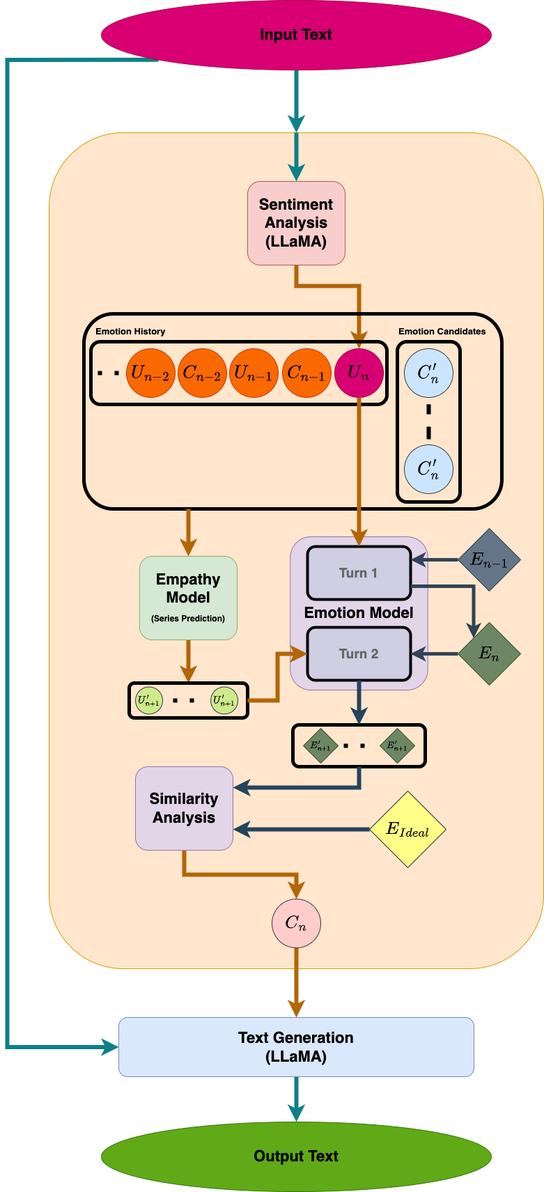
Earlier version of the draw.io export Model_Architecture.png (hermeschen1116/emotion-chat-bot). Source tidied: cells renumbered, new cells last; positions are measured from the earlier drawing's top-left corner, leaving out a move shared by most shapes.
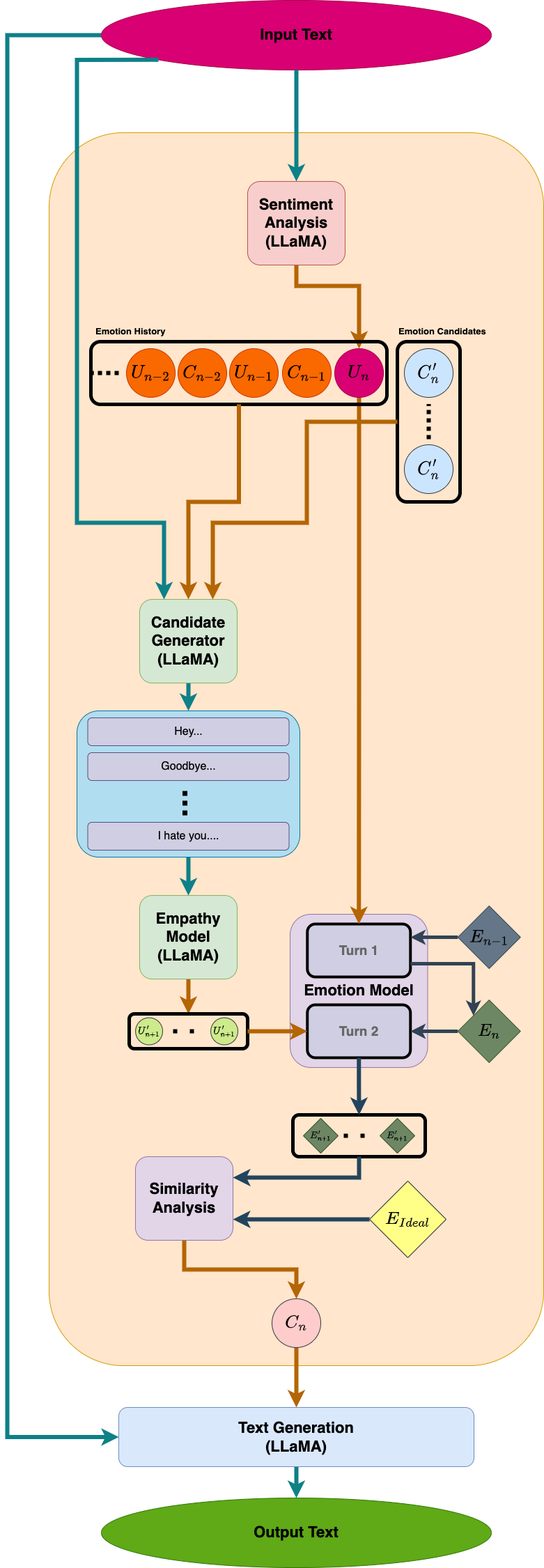
Later version of the same file.

Commit message:
docs: modify model architecture based on professor's advice

The edit, as a diff of the source:
```diff
@@ -4,7 +4,7 @@
     <mxCell id="1" parent="0" />
-    <mxCell id="2" style="edgeStyle=orthogonalEdgeStyle;rounded=0;jettySize=auto;html=1;exitX=0;exitY=1;exitDx=0;exitDy=0;entryX=0;entryY=0.5;entryDx=0;entryDy=0;strokeWidth=6;fontFamily=Helvetica;fontSize=22;fontColor=#000000;fillColor=#b0e3e6;strokeColor=#0e8088;" parent="1" edge="1" source="4" target="8">
+    <mxCell id="2" style="edgeStyle=orthogonalEdgeStyle;rounded=0;jettySize=auto;html=1;exitX=0;exitY=0.5;exitDx=0;exitDy=0;entryX=0;entryY=0.5;entryDx=0;entryDy=0;strokeWidth=6;fontFamily=Helvetica;fontSize=22;fontColor=#000000;fillColor=#b0e3e6;strokeColor=#0e8088;" parent="1" edge="1" source="4" target="8">
       <mxGeometry relative="1" as="geometry">
         <Array as="points">
-          <mxPoint y="85" />
-          <mxPoint y="1503" />
+          <mxPoint y="50" />
+          <mxPoint y="2063" />
         </Array>
@@ -12,5 +12,2 @@
     </mxCell>
-    <mxCell id="3" style="edgeStyle=orthogonalEdgeStyle;rounded=0;jettySize=auto;html=1;exitX=0.5;exitY=1;exitDx=0;exitDy=0;strokeWidth=6;fontFamily=Helvetica;fontSize=22;fontColor=#000000;fillColor=#b0e3e6;strokeColor=#0e8088;" parent="1" edge="1" source="4" target="6">
-      <mxGeometry relative="1" as="geometry" />
-    </mxCell>
     <mxCell id="4" value="Input Text" style="ellipse;whiteSpace=wrap;html=1;fontStyle=1;fontSize=22;fillColor=#d80073;strokeColor=#A50040;fontColor=#000000;fontFamily=Helvetica;" parent="1" vertex="1">
@@ -22,12 +19,18 @@
     <mxCell id="6" style="rounded=1;whiteSpace=wrap;html=1;fontFamily=Helvetica;fontSize=22;fillColor=#ffe6cc;strokeColor=#d79b00;" parent="1" vertex="1">
-      <mxGeometry x="60" y="190" width="710" height="1200" as="geometry" />
+      <mxGeometry x="60" y="190" width="710" height="1770" as="geometry" />
     </mxCell>
-    <mxCell id="7" style="edgeStyle=orthogonalEdgeStyle;rounded=0;jettySize=auto;html=1;exitX=0.5;exitY=0;exitDx=0;exitDy=0;entryX=0.5;entryY=0;entryDx=0;entryDy=0;strokeColor=#0e8088;strokeWidth=6;fontColor=#000000;endArrow=classic;endFill=1;fillColor=#b0e3e6;" parent="1" edge="1" source="6" target="13">
-      <mxGeometry relative="1" as="geometry" />
-    </mxCell>
     <mxCell id="8" value="Text Generation&lt;br style=&quot;font-size: 22px;&quot;&gt;(LLaMA)" style="rounded=1;whiteSpace=wrap;html=1;fontFamily=Helvetica;fillColor=#dae8fc;strokeColor=#6c8ebf;fontStyle=1;fontColor=#000000;fontSize=22;" parent="1" vertex="1">
-      <mxGeometry x="160" y="1460" width="510" height="85" as="geometry" />
+      <mxGeometry x="160" y="2020" width="510" height="85" as="geometry" />
     </mxCell>
+    <mxCell id="62" style="edgeStyle=orthogonalEdgeStyle;rounded=0;jettySize=auto;html=1;exitX=0;exitY=1;exitDx=0;exitDy=0;strokeWidth=6;fillColor=#b0e3e6;strokeColor=#0e8088;entryX=0.25;entryY=0;entryDx=0;entryDy=0;" parent="1" edge="1" source="4" target="64">
+      <mxGeometry relative="1" as="geometry">
+        <Array as="points">
+          <mxPoint x="100" y="85" />
+          <mxPoint x="100" y="750" />
+          <mxPoint x="225" y="750" />
+        </Array>
+      </mxGeometry>
+    </mxCell>
     <mxCell id="9" value="Output Text" style="ellipse;whiteSpace=wrap;html=1;fontStyle=1;fontSize=22;fillColor=#60a917;strokeColor=#2D7600;fontColor=#000000;fontFamily=Helvetica;" parent="1" vertex="1">
-      <mxGeometry x="135" y="1610" width="560" height="100" as="geometry" />
+      <mxGeometry x="135" y="2150" width="560" height="100" as="geometry" />
     </mxCell>
@@ -36,4 +39,4 @@
     </mxCell>
-    <mxCell id="11" value="Empathy&lt;br&gt;Model&lt;br&gt;&lt;font style=&quot;font-size: 12px;&quot;&gt;(Series Prediction)&lt;/font&gt;" style="rounded=1;whiteSpace=wrap;html=1;fillColor=#d5e8d4;strokeColor=#82b366;fontSize=22;fontStyle=1;fontColor=#000000;" parent="1" vertex="1">
-      <mxGeometry x="190" y="798" width="140" height="120" as="geometry" />
+    <mxCell id="11" value="Empathy&lt;br&gt;Model&lt;br&gt;(LLaMA)" style="rounded=1;whiteSpace=wrap;html=1;fillColor=#d5e8d4;strokeColor=#82b366;fontSize=22;fontStyle=1;fontColor=#000000;" parent="1" vertex="1">
+      <mxGeometry x="190" y="1285" width="140" height="120" as="geometry" />
     </mxCell>
@@ -51,6 +54,6 @@
     <mxCell id="14" value="$$E_{n-1}$$" style="rhombus;whiteSpace=wrap;html=1;strokeColor=#314354;strokeWidth=1;fontSize=22;fontColor=#000000;fillColor=#647687;" parent="1" vertex="1">
-      <mxGeometry x="647" y="758" width="90" height="90" as="geometry" />
+      <mxGeometry x="646.8" y="1300" width="90" height="90" as="geometry" />
     </mxCell>
     <mxCell id="15" style="group;" parent="1" vertex="1">
-      <mxGeometry x="175" y="980" width="170" height="50" as="geometry" />
+      <mxGeometry x="175" y="1455" width="170" height="50" as="geometry" />
     </mxCell>
@@ -72,6 +75,6 @@
     <mxCell id="20" value="$$E_n$$" style="rhombus;whiteSpace=wrap;html=1;strokeColor=#3A5431;strokeWidth=1;fontSize=22;fontColor=#000000;fillColor=#6d8764;" parent="1" vertex="1">
-      <mxGeometry x="647" y="893" width="90" height="90" as="geometry" />
+      <mxGeometry x="646.8" y="1435" width="90" height="90" as="geometry" />
     </mxCell>
     <mxCell id="21" style="group;" parent="1" vertex="1">
-      <mxGeometry x="410" y="1040" width="190" height="60" as="geometry" />
+      <mxGeometry x="410" y="1600" width="190" height="60" as="geometry" />
     </mxCell>
@@ -96,3 +99,3 @@
     <mxCell id="27" value="$$E_{Ideal}&lt;br&gt;$$" style="rhombus;whiteSpace=wrap;html=1;strokeColor=#36393d;strokeWidth=1;fontSize=22;fillColor=#ffff88;fontColor=#000000;" parent="1" vertex="1">
-      <mxGeometry x="520" y="1135" width="110" height="110" as="geometry" />
+      <mxGeometry x="520" y="1695" width="110" height="110" as="geometry" />
     </mxCell>
@@ -102,3 +105,3 @@
     <mxCell id="29" value="Similarity&lt;br&gt;Analysis" style="rounded=1;whiteSpace=wrap;html=1;fillColor=#e1d5e7;strokeColor=#9673a6;fontSize=22;fontStyle=1;fontColor=#000000;" parent="1" vertex="1">
-      <mxGeometry x="184" y="1100" width="140" height="120" as="geometry" />
+      <mxGeometry x="184" y="1660" width="140" height="120" as="geometry" />
     </mxCell>
@@ -108,12 +111,42 @@
     <mxCell id="31" value="$$C_&lt;br&gt;n$$" style="ellipse;whiteSpace=wrap;html=1;fontSize=22;fillColor=#ffcccc;strokeColor=#36393d;fontStyle=1;flipH=1;fontColor=#000000;" parent="1" vertex="1">
-      <mxGeometry x="380" y="1290" width="70" height="70" as="geometry" />
+      <mxGeometry x="380" y="1864" width="70" height="70" as="geometry" />
     </mxCell>
-    <mxCell id="32" style="group;" parent="1" vertex="1">
-      <mxGeometry x="110" y="450" width="650" height="280" as="geometry" />
-    </mxCell>
-    <mxCell id="33" style="rounded=1;whiteSpace=wrap;html=1;strokeColor=#000000;strokeWidth=5;fontColor=#000000;fillColor=none;" parent="32" vertex="1">
-      <mxGeometry width="600" height="280" as="geometry" />
-    </mxCell>
+    <mxCell id="51" style="edgeStyle=orthogonalEdgeStyle;rounded=0;jettySize=auto;html=1;exitX=0.5;exitY=1;exitDx=0;exitDy=0;entryX=1;entryY=0.25;entryDx=0;entryDy=0;strokeColor=#23445d;strokeWidth=6;fontColor=#000000;endArrow=classic;endFill=1;fillColor=#bac8d3;" parent="1" edge="1" source="24" target="29">
+      <mxGeometry relative="1" as="geometry" />
+    </mxCell>
+    <mxCell id="52" style="group;" parent="1" vertex="1">
+      <mxGeometry x="406" y="1312" width="197.5" height="220" as="geometry" />
+    </mxCell>
+    <mxCell id="53" value="Emotion Model" style="rounded=1;whiteSpace=wrap;html=1;fillColor=#e1d5e7;strokeColor=#9673a6;fontSize=22;fontStyle=1;fontColor=#000000;" parent="52" vertex="1">
+      <mxGeometry width="197.5" height="220" as="geometry" />
+    </mxCell>
+    <mxCell id="54" value="Turn 1" style="rounded=1;whiteSpace=wrap;html=1;fillColor=#d0cee2;strokeColor=#000000;strokeWidth=4;fontStyle=1;fontSize=19;fontColor=#666666;" parent="52" vertex="1">
+      <mxGeometry x="24.8" y="14" width="148" height="76" as="geometry" />
+    </mxCell>
+    <mxCell id="55" value="&lt;span style=&quot;font-size: 19px; font-weight: 700;&quot;&gt;Turn 2&lt;/span&gt;" style="rounded=1;whiteSpace=wrap;html=1;fillColor=#d0cee2;strokeColor=#000000;strokeWidth=4;fontColor=#666666;" parent="52" vertex="1">
+      <mxGeometry x="24.8" y="130" width="148" height="76" as="geometry" />
+    </mxCell>
+    <mxCell id="56" style="edgeStyle=orthogonalEdgeStyle;rounded=0;jettySize=auto;html=1;exitX=0;exitY=0.5;exitDx=0;exitDy=0;entryX=1;entryY=0.5;entryDx=0;entryDy=0;strokeWidth=5;fillColor=#647687;strokeColor=#314354;" parent="1" edge="1" source="20" target="55">
+      <mxGeometry relative="1" as="geometry" />
+    </mxCell>
+    <mxCell id="57" style="edgeStyle=orthogonalEdgeStyle;rounded=0;jettySize=auto;html=1;exitX=0;exitY=0.5;exitDx=0;exitDy=0;entryX=1;entryY=0.25;entryDx=0;entryDy=0;strokeWidth=5;fillColor=#647687;strokeColor=#314354;" parent="1" edge="1" source="14" target="54">
+      <mxGeometry relative="1" as="geometry" />
+    </mxCell>
+    <mxCell id="58" style="edgeStyle=orthogonalEdgeStyle;rounded=0;jettySize=auto;html=1;exitX=1;exitY=0.75;exitDx=0;exitDy=0;entryX=0;entryY=0;entryDx=0;entryDy=0;strokeWidth=5;fillColor=#647687;strokeColor=#314354;" parent="1" edge="1" source="54" target="20">
+      <mxGeometry relative="1" as="geometry" />
+    </mxCell>
+    <mxCell id="59" style="edgeStyle=orthogonalEdgeStyle;rounded=0;jettySize=auto;html=1;exitX=1;exitY=0.5;exitDx=0;exitDy=0;entryX=0;entryY=0.5;entryDx=0;entryDy=0;strokeColor=#b46504;strokeWidth=6;fontColor=#000000;endArrow=classic;endFill=1;fillColor=#fad7ac;" parent="1" edge="1" source="16" target="55">
+      <mxGeometry relative="1" as="geometry" />
+    </mxCell>
+    <mxCell id="60" style="edgeStyle=orthogonalEdgeStyle;rounded=0;jettySize=auto;html=1;exitX=0.5;exitY=1;exitDx=0;exitDy=0;entryX=0.5;entryY=0;entryDx=0;entryDy=0;strokeColor=#b46504;strokeWidth=6;fontSize=22;fontColor=#000000;fillColor=#fad7ac;" parent="1" edge="1" source="42" target="54">
+      <mxGeometry relative="1" as="geometry" />
+    </mxCell>
+    <mxCell id="61" style="edgeStyle=orthogonalEdgeStyle;rounded=0;jettySize=auto;html=1;exitX=0.5;exitY=1;exitDx=0;exitDy=0;strokeColor=#23445d;strokeWidth=6;fontColor=#000000;endArrow=classic;endFill=1;fillColor=#bac8d3;" parent="1" edge="1" source="55" target="24">
+      <mxGeometry relative="1" as="geometry" />
+    </mxCell>
+    <mxCell id="3" style="edgeStyle=orthogonalEdgeStyle;rounded=0;jettySize=auto;html=1;exitX=0.5;exitY=1;exitDx=0;exitDy=0;strokeWidth=6;fontFamily=Helvetica;fontSize=22;fontColor=#000000;fillColor=#b0e3e6;strokeColor=#0e8088;entryX=0.5;entryY=0;entryDx=0;entryDy=0;" parent="1" edge="1" source="4" target="13">
+      <mxGeometry relative="1" as="geometry" />
+    </mxCell>
-    <mxCell id="34" style="group;" parent="32" vertex="1">
-      <mxGeometry x="10" y="10" width="425" height="120" as="geometry" />
+    <mxCell id="34" style="group;" parent="1" vertex="1">
+      <mxGeometry x="120" y="460" width="425" height="120" as="geometry" />
     </mxCell>
@@ -137,3 +170,3 @@
     </mxCell>
-    <mxCell id="41" style="endArrow=none;dashed=1;html=1;dashPattern=1 3;strokeWidth=6;rounded=0;strokeColor=#000000;fontSize=22;fontColor=#000000;" parent="34" edge="1">
+    <mxCell id="41" style="endArrow=none;dashed=1;html=1;dashPattern=1 1;strokeWidth=6;rounded=0;strokeColor=#000000;fontSize=22;fontColor=#000000;" parent="34" edge="1">
       <mxGeometry relative="1" as="geometry">
@@ -146,4 +179,4 @@
     </mxCell>
-    <mxCell id="43" style="group;" parent="32" vertex="1">
-      <mxGeometry x="450" y="10" width="200" height="260" as="geometry" />
+    <mxCell id="43" style="group;" parent="1" vertex="1">
+      <mxGeometry x="560" y="460" width="200" height="260" as="geometry" />
     </mxCell>
@@ -155,3 +188,3 @@
     </mxCell>
-    <mxCell id="46" style="edgeStyle=orthogonalEdgeStyle;rounded=0;orthogonalLoop=1;jettySize=auto;html=1;fontColor=#000000;strokeColor=#000000;dashed=1;strokeWidth=6;endArrow=none;endFill=0;" parent="44" edge="1">
+    <mxCell id="46" style="edgeStyle=orthogonalEdgeStyle;rounded=0;orthogonalLoop=1;jettySize=auto;html=1;fontColor=#000000;strokeColor=#000000;dashed=1;strokeWidth=6;endArrow=none;endFill=0;dashPattern=1 1;" parent="44" edge="1">
       <mxGeometry relative="1" as="geometry">
@@ -170,38 +203,41 @@
     </mxCell>
-    <mxCell id="50" style="edgeStyle=orthogonalEdgeStyle;rounded=0;jettySize=auto;html=1;exitX=0.25;exitY=1;exitDx=0;exitDy=0;entryX=0.5;entryY=0;entryDx=0;entryDy=0;strokeColor=#b46504;strokeWidth=6;fontColor=#000000;endArrow=classic;endFill=1;fillColor=#fad7ac;" parent="1" edge="1" source="33" target="11">
-      <mxGeometry relative="1" as="geometry" />
-    </mxCell>
-    <mxCell id="51" style="edgeStyle=orthogonalEdgeStyle;rounded=0;jettySize=auto;html=1;exitX=0.5;exitY=1;exitDx=0;exitDy=0;entryX=1;entryY=0.25;entryDx=0;entryDy=0;strokeColor=#23445d;strokeWidth=6;fontColor=#000000;endArrow=classic;endFill=1;fillColor=#bac8d3;" parent="1" edge="1" source="24" target="29">
-      <mxGeometry relative="1" as="geometry" />
-    </mxCell>
-    <mxCell id="52" style="group;" parent="1" vertex="1">
-      <mxGeometry x="406.2" y="770" width="197.5" height="220" as="geometry" />
-    </mxCell>
-    <mxCell id="53" value="Emotion Model" style="rounded=1;whiteSpace=wrap;html=1;fillColor=#e1d5e7;strokeColor=#9673a6;fontSize=22;fontStyle=1;fontColor=#000000;" parent="52" vertex="1">
-      <mxGeometry width="197.5" height="220" as="geometry" />
-    </mxCell>
-    <mxCell id="54" value="Turn 1" style="rounded=1;whiteSpace=wrap;html=1;fillColor=#d0cee2;strokeColor=#000000;strokeWidth=4;fontStyle=1;fontSize=19;fontColor=#666666;" parent="52" vertex="1">
-      <mxGeometry x="24.8" y="14" width="148" height="76" as="geometry" />
-    </mxCell>
-    <mxCell id="55" value="&lt;span style=&quot;font-size: 19px; font-weight: 700;&quot;&gt;Turn 2&lt;/span&gt;" style="rounded=1;whiteSpace=wrap;html=1;fillColor=#d0cee2;strokeColor=#000000;strokeWidth=4;fontColor=#666666;" parent="52" vertex="1">
-      <mxGeometry x="24.8" y="130" width="148" height="76" as="geometry" />
-    </mxCell>
-    <mxCell id="56" style="edgeStyle=orthogonalEdgeStyle;rounded=0;jettySize=auto;html=1;exitX=0;exitY=0.5;exitDx=0;exitDy=0;entryX=1;entryY=0.5;entryDx=0;entryDy=0;strokeWidth=5;fillColor=#647687;strokeColor=#314354;" parent="1" edge="1" source="20" target="55">
-      <mxGeometry relative="1" as="geometry" />
-    </mxCell>
-    <mxCell id="57" style="edgeStyle=orthogonalEdgeStyle;rounded=0;jettySize=auto;html=1;exitX=0;exitY=0.5;exitDx=0;exitDy=0;entryX=1;entryY=0.25;entryDx=0;entryDy=0;strokeWidth=5;fillColor=#647687;strokeColor=#314354;" parent="1" edge="1" source="14" target="54">
-      <mxGeometry relative="1" as="geometry" />
-    </mxCell>
-    <mxCell id="58" style="edgeStyle=orthogonalEdgeStyle;rounded=0;jettySize=auto;html=1;exitX=1;exitY=0.75;exitDx=0;exitDy=0;entryX=0;entryY=0;entryDx=0;entryDy=0;strokeWidth=5;fillColor=#647687;strokeColor=#314354;" parent="1" edge="1" source="54" target="20">
-      <mxGeometry relative="1" as="geometry" />
-    </mxCell>
-    <mxCell id="59" style="edgeStyle=orthogonalEdgeStyle;rounded=0;jettySize=auto;html=1;exitX=1;exitY=0.5;exitDx=0;exitDy=0;entryX=0;entryY=0.5;entryDx=0;entryDy=0;strokeColor=#b46504;strokeWidth=6;fontColor=#000000;endArrow=classic;endFill=1;fillColor=#fad7ac;" parent="1" edge="1" source="16" target="55">
-      <mxGeometry relative="1" as="geometry" />
-    </mxCell>
-    <mxCell id="60" style="edgeStyle=orthogonalEdgeStyle;rounded=0;jettySize=auto;html=1;exitX=0.5;exitY=1;exitDx=0;exitDy=0;entryX=0.5;entryY=0;entryDx=0;entryDy=0;strokeColor=#b46504;strokeWidth=6;fontSize=22;fontColor=#000000;fillColor=#fad7ac;" parent="1" edge="1" source="42" target="54">
-      <mxGeometry relative="1" as="geometry" />
-    </mxCell>
-    <mxCell id="61" style="edgeStyle=orthogonalEdgeStyle;rounded=0;jettySize=auto;html=1;exitX=0.5;exitY=1;exitDx=0;exitDy=0;strokeColor=#23445d;strokeWidth=6;fontColor=#000000;endArrow=classic;endFill=1;fillColor=#bac8d3;" parent="1" edge="1" source="55" target="24">
-      <mxGeometry relative="1" as="geometry" />
-    </mxCell>
+    <mxCell id="63" style="edgeStyle=orthogonalEdgeStyle;rounded=0;jettySize=auto;html=1;exitX=0.5;exitY=1;exitDx=0;exitDy=0;entryX=0.5;entryY=0;entryDx=0;entryDy=0;strokeWidth=6;fillColor=#b0e3e6;strokeColor=#0e8088;" parent="1" edge="1" source="64" target="68">
+      <mxGeometry relative="1" as="geometry" />
+    </mxCell>
+    <mxCell id="64" value="Candidate&lt;br&gt;Generator&lt;br&gt;(LLaMA)" style="rounded=1;whiteSpace=wrap;html=1;fillColor=#d5e8d4;strokeColor=#82b366;fontSize=22;fontStyle=1;fontColor=#000000;" parent="1" vertex="1">
+      <mxGeometry x="190" y="860" width="140" height="120" as="geometry" />
+    </mxCell>
+    <mxCell id="65" style="edgeStyle=orthogonalEdgeStyle;rounded=0;jettySize=auto;html=1;exitX=0.5;exitY=1;exitDx=0;exitDy=0;entryX=0.5;entryY=0;entryDx=0;entryDy=0;strokeWidth=6;fillColor=#fad7ac;strokeColor=#b46504;" parent="1" edge="1" source="36" target="64">
+      <mxGeometry relative="1" as="geometry" />
+    </mxCell>
+    <mxCell id="66" style="edgeStyle=orthogonalEdgeStyle;rounded=0;jettySize=auto;html=1;exitX=0;exitY=0.5;exitDx=0;exitDy=0;entryX=0.75;entryY=0;entryDx=0;entryDy=0;strokeWidth=6;fillColor=#fad7ac;strokeColor=#b46504;" parent="1" edge="1" source="45" target="64">
+      <mxGeometry relative="1" as="geometry">
+        <Array as="points">
+          <mxPoint x="430" y="605" />
+          <mxPoint x="430" y="750" />
+          <mxPoint x="295" y="750" />
+        </Array>
+      </mxGeometry>
+    </mxCell>
+    <mxCell id="67" style="edgeStyle=orthogonalEdgeStyle;rounded=0;jettySize=auto;html=1;exitX=0.5;exitY=1;exitDx=0;exitDy=0;entryX=0.5;entryY=0;entryDx=0;entryDy=0;strokeWidth=6;fillColor=#b0e3e6;strokeColor=#0e8088;" parent="1" edge="1" source="68" target="11">
+      <mxGeometry relative="1" as="geometry" />
+    </mxCell>
+    <mxCell id="68" style="rounded=1;whiteSpace=wrap;html=1;fillColor=#b1ddf0;strokeColor=#10739e;" parent="1" vertex="1">
+      <mxGeometry x="100" y="1020" width="320" height="210" as="geometry" />
+    </mxCell>
+    <mxCell id="69" value="Hey..." style="rounded=1;whiteSpace=wrap;html=1;fillColor=#d0cee2;strokeColor=#56517e;fontColor=#000000;fontSize=16;" parent="1" vertex="1">
+      <mxGeometry x="115.5" y="1030" width="289" height="40" as="geometry" />
+    </mxCell>
+    <mxCell id="70" value="Goodbye..." style="rounded=1;whiteSpace=wrap;html=1;fillColor=#d0cee2;strokeColor=#56517e;fontColor=#000000;fontSize=16;" parent="1" vertex="1">
+      <mxGeometry x="115.5" y="1080" width="289" height="40" as="geometry" />
+    </mxCell>
+    <mxCell id="71" value="I hate you...." style="rounded=1;whiteSpace=wrap;html=1;fillColor=#d0cee2;strokeColor=#56517e;fontColor=#000000;fontSize=16;" parent="1" vertex="1">
+      <mxGeometry x="115.5" y="1180" width="289" height="40" as="geometry" />
+    </mxCell>
+    <mxCell id="72" style="endArrow=none;dashed=1;html=1;dashPattern=1 1;strokeWidth=7;rounded=0;fontSize=16;fontColor=#000000;strokeColor=#000000;" parent="1" edge="1">
+      <mxGeometry relative="1" as="geometry">
+        <mxPoint x="255" y="1170" as="sourcePoint" />
+        <mxPoint x="255" y="1130" as="targetPoint" />
+      </mxGeometry>
+    </mxCell>
   </root>
```
